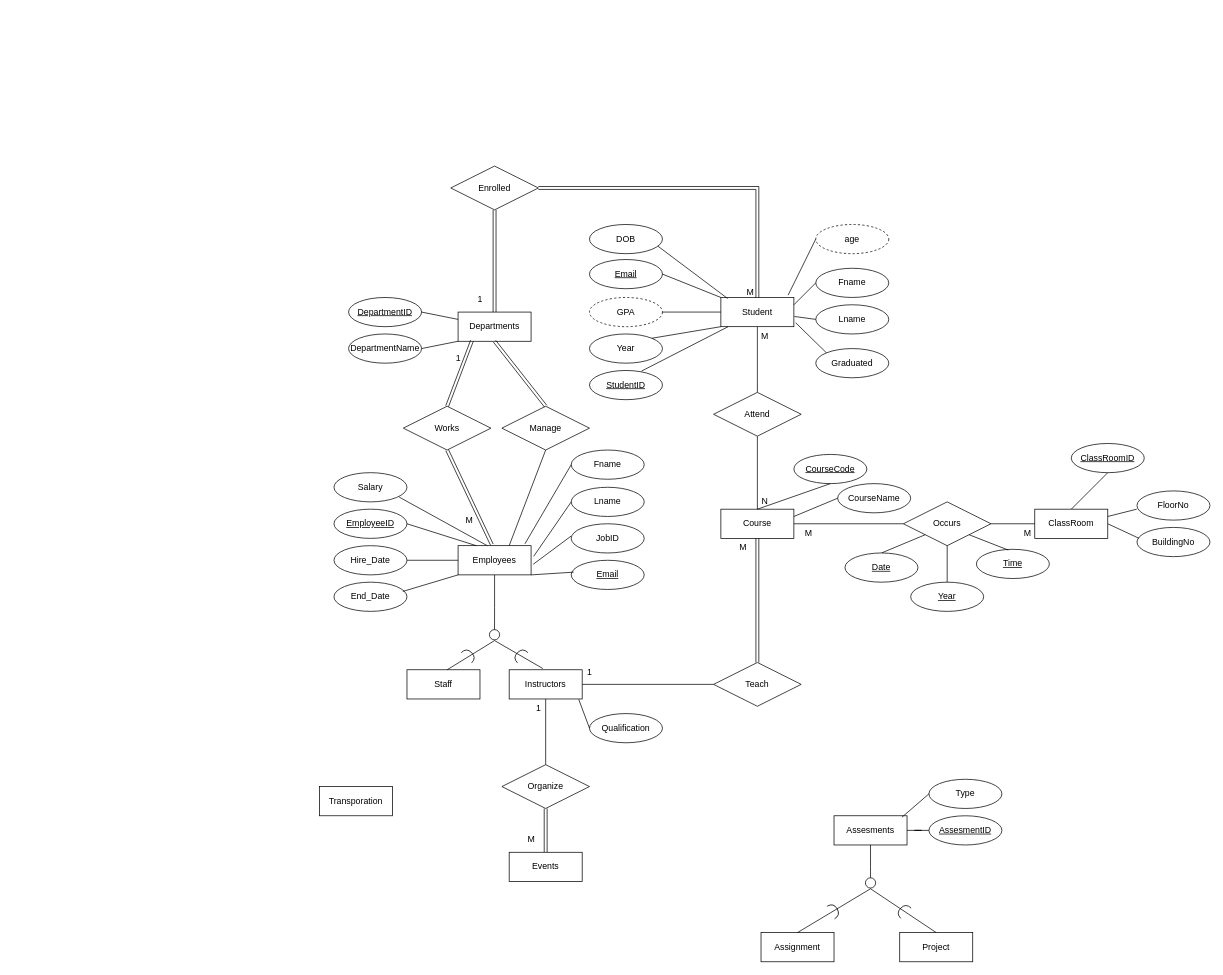
Earlier version of the draw.io diagram FacultyERD.drawio (seiffmohamedd/University_DBMS). Source tidied: cells renumbered, new cells numbered last; positions are measured from the earlier drawing's top-left corner, leaving out a move shared by most shapes. Both pictures are drawn from the tidied source at 73%, with x=0, y=0 at pixel (319, 166).
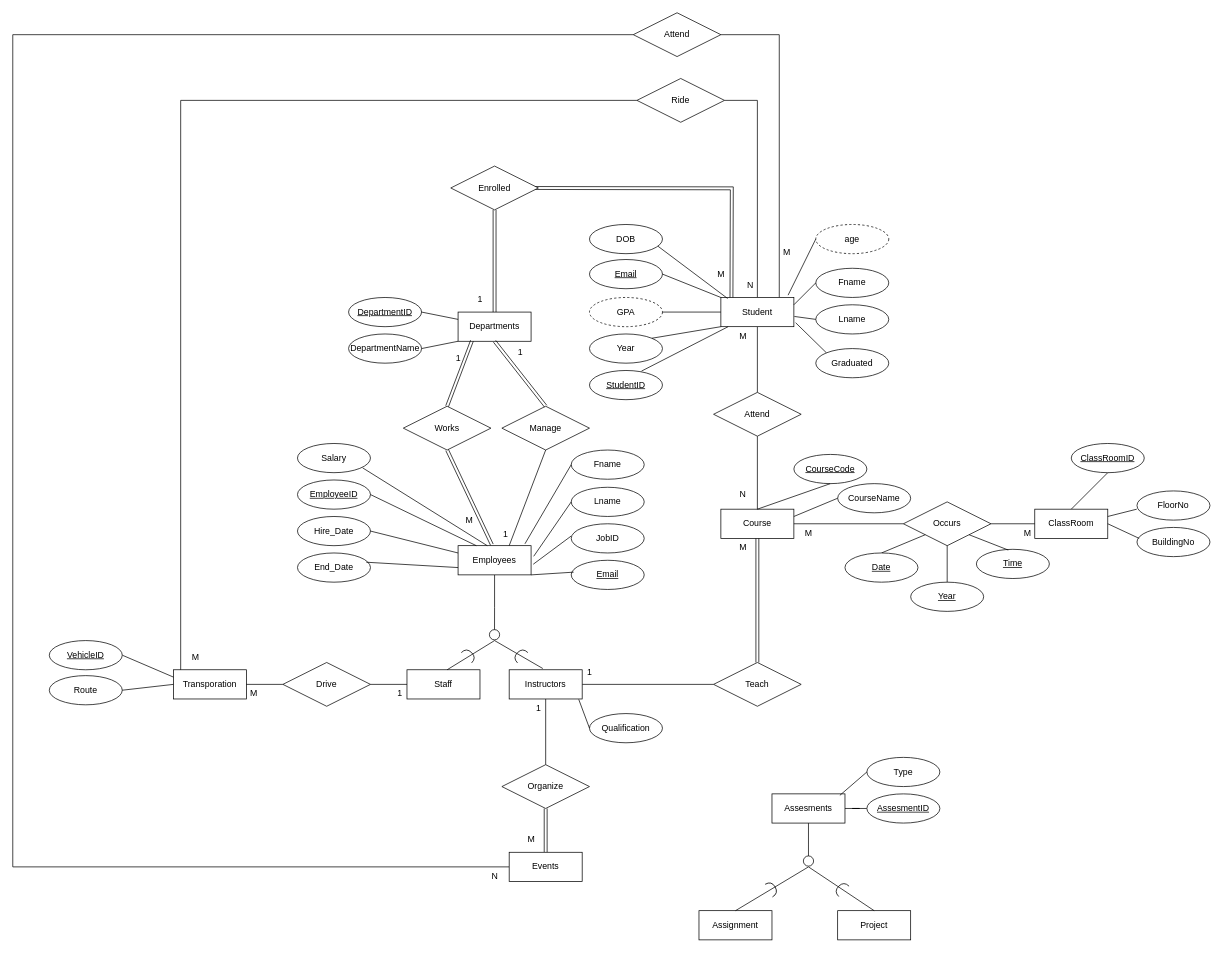
Above is the later version.

Commit message (it also covers changes not shown here):
ERD , Documentation In progress

The change refers to these unchanged cells:
```xml
<mxCell id="8" value="Student" style="whiteSpace=wrap;html=1;align=center;" parent="1" vertex="1">
  <mxGeometry x="550" y="180" width="100" height="40" as="geometry" />
</mxCell>
<mxCell id="10" value="Employees" style="whiteSpace=wrap;html=1;align=center;" parent="1" vertex="1">
  <mxGeometry x="190" y="520" width="100" height="40" as="geometry" />
</mxCell>
<mxCell id="13" value="Events" style="whiteSpace=wrap;html=1;align=center;" parent="1" vertex="1">
  <mxGeometry x="260" y="940" width="100" height="40" as="geometry" />
</mxCell>
<mxCell id="51" value="Enrolled" style="shape=rhombus;perimeter=rhombusPerimeter;whiteSpace=wrap;html=1;align=center;" parent="1" vertex="1">
  <mxGeometry x="180" width="120" height="60" as="geometry" />
</mxCell>
<mxCell id="59" value="Staff" style="whiteSpace=wrap;html=1;align=center;" parent="1" vertex="1">
  <mxGeometry x="120" y="690" width="100" height="40" as="geometry" />
</mxCell>
```

The edit, as a diff of the source:
```diff
@@
     <mxCell id="2" value="Assignment" style="whiteSpace=wrap;html=1;align=center;" parent="1" vertex="1">
-      <mxGeometry x="605" y="1050" width="100" height="40" as="geometry" />
+      <mxGeometry x="520" y="1020" width="100" height="40" as="geometry" />
     </mxCell>
     <mxCell id="3" value="Project" style="whiteSpace=wrap;html=1;align=center;" parent="1" vertex="1">
-      <mxGeometry x="795" y="1050" width="100" height="40" as="geometry" />
+      <mxGeometry x="710" y="1020" width="100" height="40" as="geometry" />
     </mxCell>
@@
     <mxCell id="5" style="edgeStyle=orthogonalEdgeStyle;rounded=0;jettySize=auto;html=1;endArrow=circle;endFill=0;" parent="1" edge="1" source="6">
       <mxGeometry relative="1" as="geometry">
-        <mxPoint x="755" y="990" as="targetPoint" />
+        <mxPoint x="670" y="960" as="targetPoint" />
       </mxGeometry>
     </mxCell>
     <mxCell id="6" value="Assesments" style="whiteSpace=wrap;html=1;align=center;" parent="1" vertex="1">
-      <mxGeometry x="705" y="890" width="100" height="40" as="geometry" />
+      <mxGeometry x="620" y="860" width="100" height="40" as="geometry" />
     </mxCell>
@@
+    <mxCell id="117" style="edgeStyle=orthogonalEdgeStyle;rounded=0;jettySize=auto;html=1;entryX=1;entryY=0.5;entryDx=0;entryDy=0;endArrow=none;endFill=0;" parent="1" edge="1" source="8" target="130">
+      <mxGeometry relative="1" as="geometry">
+        <Array as="points">
+          <mxPoint x="630" y="-180" />
+        </Array>
+      </mxGeometry>
+    </mxCell>
+    <mxCell id="118" style="edgeStyle=orthogonalEdgeStyle;rounded=0;jettySize=auto;html=1;exitX=0.5;exitY=0;exitDx=0;exitDy=0;entryX=1;entryY=0.5;entryDx=0;entryDy=0;endArrow=none;endFill=0;" parent="1" edge="1" source="8" target="135">
+      <mxGeometry relative="1" as="geometry" />
+    </mxCell>
@@
+    <mxCell id="119" style="edgeStyle=orthogonalEdgeStyle;rounded=0;jettySize=auto;html=1;exitX=0;exitY=0.5;exitDx=0;exitDy=0;entryX=0;entryY=0.5;entryDx=0;entryDy=0;endArrow=none;endFill=0;" parent="1" edge="1" source="13" target="130">
+      <mxGeometry relative="1" as="geometry">
+        <Array as="points">
+          <mxPoint x="-420" y="960" />
+          <mxPoint x="-420" y="-180" />
+        </Array>
+      </mxGeometry>
+    </mxCell>
@@
+    <mxCell id="120" style="edgeStyle=orthogonalEdgeStyle;rounded=0;jettySize=auto;html=1;exitX=0.09;exitY=0;exitDx=0;exitDy=0;entryX=0;entryY=0.5;entryDx=0;entryDy=0;endArrow=none;endFill=0;exitPerimeter=0;" parent="1" edge="1" source="14" target="135">
+      <mxGeometry relative="1" as="geometry">
+        <Array as="points">
+          <mxPoint x="-190" y="690" />
+          <mxPoint x="-190" y="-90" />
+        </Array>
+      </mxGeometry>
+    </mxCell>
     <mxCell id="14" value="Transporation" style="whiteSpace=wrap;html=1;align=center;" parent="1" vertex="1">
-      <mxGeometry y="850" width="100" height="40" as="geometry" />
+      <mxGeometry x="-200" y="690" width="100" height="40" as="geometry" />
     </mxCell>
@@
     <mxCell id="17" value="&lt;u&gt;EmployeeID&lt;/u&gt;" style="ellipse;whiteSpace=wrap;html=1;align=center;" parent="1" vertex="1">
-      <mxGeometry x="20" y="470" width="100" height="40" as="geometry" />
+      <mxGeometry x="-30" y="430" width="100" height="40" as="geometry" />
     </mxCell>
@@
-    <mxCell id="32" style="edgeStyle=orthogonalEdgeStyle;rounded=0;jettySize=auto;html=1;exitX=1;exitY=0.5;exitDx=0;exitDy=0;endArrow=none;endFill=0;" parent="1" edge="1" source="33" target="10">
-      <mxGeometry relative="1" as="geometry" />
-    </mxCell>
     <mxCell id="33" value="Hire_Date" style="ellipse;whiteSpace=wrap;html=1;align=center;" parent="1" vertex="1">
-      <mxGeometry x="20" y="520" width="100" height="40" as="geometry" />
+      <mxGeometry x="-30" y="480" width="100" height="40" as="geometry" />
     </mxCell>
@@
-    <mxCell id="50" style="edgeStyle=orthogonalEdgeStyle;rounded=0;jettySize=auto;html=1;entryX=0.5;entryY=0;entryDx=0;entryDy=0;endArrow=none;endFill=0;shape=link;" parent="1" edge="1" source="51" target="8">
-      <mxGeometry relative="1" as="geometry" />
+    <mxCell id="50" style="edgeStyle=orthogonalEdgeStyle;rounded=0;orthogonalLoop=1;jettySize=auto;html=1;entryX=0.5;entryY=0;entryDx=0;entryDy=0;endArrow=none;endFill=0;shape=link;exitX=0.969;exitY=0.5;exitDx=0;exitDy=0;exitPerimeter=0;" parent="1" edge="1">
+      <mxGeometry relative="1" as="geometry">
+        <mxPoint x="275.8" y="30" as="sourcePoint" />
+        <mxPoint x="564.5" y="180" as="targetPoint" />
+      </mxGeometry>
     </mxCell>
@@
     <mxCell id="54" value="M" style="text;html=1;align=center;verticalAlign=middle;strokeColor=none;fillColor=none;" parent="1" vertex="1">
-      <mxGeometry x="575" y="158" width="30" height="30" as="geometry" />
+      <mxGeometry x="535" y="133" width="30" height="30" as="geometry" />
     </mxCell>
@@
     <mxCell id="62" value="Salary" style="ellipse;whiteSpace=wrap;html=1;align=center;" parent="1" vertex="1">
-      <mxGeometry x="20" y="420" width="100" height="40" as="geometry" />
+      <mxGeometry x="-30" y="380" width="100" height="40" as="geometry" />
     </mxCell>
@@
     <mxCell id="64" value="End_Date" style="ellipse;whiteSpace=wrap;html=1;align=center;" parent="1" vertex="1">
-      <mxGeometry x="20" y="570" width="100" height="40" as="geometry" />
+      <mxGeometry x="-30" y="530" width="100" height="40" as="geometry" />
     </mxCell>
@@
     <mxCell id="70" value="M" style="text;html=1;align=center;verticalAlign=middle;strokeColor=none;fillColor=none;" parent="1" vertex="1">
-      <mxGeometry x="595" y="218" width="30" height="30" as="geometry" />
+      <mxGeometry x="565" y="218" width="30" height="30" as="geometry" />
     </mxCell>
     <mxCell id="71" value="N" style="text;html=1;align=center;verticalAlign=middle;strokeColor=none;fillColor=none;" parent="1" vertex="1">
-      <mxGeometry x="595" y="445" width="30" height="30" as="geometry" />
+      <mxGeometry x="565" y="435" width="30" height="30" as="geometry" />
     </mxCell>
@@
     <mxCell id="93" value="AssesmentID" style="ellipse;whiteSpace=wrap;html=1;align=center;fontStyle=4;" parent="1" vertex="1">
-      <mxGeometry x="835" y="890" width="100" height="40" as="geometry" />
+      <mxGeometry x="750" y="860" width="100" height="40" as="geometry" />
     </mxCell>
     <mxCell id="94" value="Type" style="ellipse;whiteSpace=wrap;html=1;align=center;" parent="1" vertex="1">
-      <mxGeometry x="835" y="840" width="100" height="40" as="geometry" />
+      <mxGeometry x="750" y="810" width="100" height="40" as="geometry" />
     </mxCell>
@@
     <mxCell id="96" style="endArrow=none;html=1;rounded=0;" parent="1" edge="1">
       <mxGeometry relative="1" as="geometry">
-        <mxPoint x="655" y="1050" as="sourcePoint" />
-        <mxPoint x="755" y="990" as="targetPoint" />
+        <mxPoint x="570" y="1020" as="sourcePoint" />
+        <mxPoint x="670" y="960" as="targetPoint" />
       </mxGeometry>
     </mxCell>
     <mxCell id="97" style="endArrow=none;html=1;rounded=0;entryX=0.5;entryY=0;entryDx=0;entryDy=0;" parent="1" edge="1" target="3">
       <mxGeometry relative="1" as="geometry">
-        <mxPoint x="755" y="990" as="sourcePoint" />
+        <mxPoint x="670" y="960" as="sourcePoint" />
       </mxGeometry>
     </mxCell>
@@
     <mxCell id="100" style="shape=requiredInterface;html=1;verticalLabelPosition=bottom;sketch=0;rotation=-30;" parent="1" vertex="1">
-      <mxGeometry x="700" y="1010" width="10" height="20" as="geometry" />
+      <mxGeometry x="615" y="980" width="10" height="20" as="geometry" />
     </mxCell>
     <mxCell id="101" style="shape=requiredInterface;html=1;verticalLabelPosition=bottom;sketch=0;rotation=-135;" parent="1" vertex="1">
-      <mxGeometry x="795" y="1010" width="10" height="20" as="geometry" />
+      <mxGeometry x="710" y="980" width="10" height="20" as="geometry" />
     </mxCell>
@@
-    <mxCell id="111" style="endArrow=none;html=1;rounded=0;exitX=0.943;exitY=0.317;exitDx=0;exitDy=0;exitPerimeter=0;entryX=0;entryY=1;entryDx=0;entryDy=0;" parent="1" edge="1" source="64" target="10">
+    <mxCell id="111" style="endArrow=none;html=1;rounded=0;exitX=0.943;exitY=0.317;exitDx=0;exitDy=0;exitPerimeter=0;entryX=0;entryY=0.75;entryDx=0;entryDy=0;" parent="1" edge="1" source="64" target="10">
       <mxGeometry relative="1" as="geometry" />
     </mxCell>
@@
+    <mxCell id="121" value="Drive" style="shape=rhombus;perimeter=rhombusPerimeter;whiteSpace=wrap;html=1;align=center;" parent="1" vertex="1">
+      <mxGeometry x="-50" y="680" width="120" height="60" as="geometry" />
+    </mxCell>
+    <mxCell id="122" style="endArrow=none;html=1;rounded=0;exitX=1;exitY=0.5;exitDx=0;exitDy=0;entryX=0;entryY=0.5;entryDx=0;entryDy=0;" parent="1" edge="1" source="14" target="121">
+      <mxGeometry relative="1" as="geometry" />
+    </mxCell>
+    <mxCell id="123" style="endArrow=none;html=1;rounded=0;exitX=1;exitY=0.5;exitDx=0;exitDy=0;entryX=0;entryY=0.5;entryDx=0;entryDy=0;" parent="1" edge="1" source="121" target="59">
+      <mxGeometry relative="1" as="geometry" />
+    </mxCell>
+    <mxCell id="124" value="M" style="text;html=1;align=center;verticalAlign=middle;strokeColor=none;fillColor=none;" parent="1" vertex="1">
+      <mxGeometry x="-105" y="708" width="30" height="30" as="geometry" />
+    </mxCell>
+    <mxCell id="125" value="1" style="text;html=1;align=center;verticalAlign=middle;strokeColor=none;fillColor=none;" parent="1" vertex="1">
+      <mxGeometry x="95" y="708" width="30" height="30" as="geometry" />
+    </mxCell>
+    <mxCell id="126" style="endArrow=none;html=1;rounded=0;entryX=0;entryY=0.25;entryDx=0;entryDy=0;exitX=1;exitY=0.5;exitDx=0;exitDy=0;" parent="1" edge="1" source="127" target="14">
+      <mxGeometry relative="1" as="geometry" />
+    </mxCell>
+    <mxCell id="127" value="VehicleID" style="ellipse;whiteSpace=wrap;html=1;align=center;fontStyle=4;" parent="1" vertex="1">
+      <mxGeometry x="-370" y="650" width="100" height="40" as="geometry" />
+    </mxCell>
+    <mxCell id="128" value="Route" style="ellipse;whiteSpace=wrap;html=1;align=center;" parent="1" vertex="1">
+      <mxGeometry x="-370" y="698" width="100" height="40" as="geometry" />
+    </mxCell>
+    <mxCell id="129" style="endArrow=none;html=1;rounded=0;exitX=1;exitY=0.5;exitDx=0;exitDy=0;entryX=0;entryY=0.5;entryDx=0;entryDy=0;" parent="1" edge="1" source="128" target="14">
+      <mxGeometry relative="1" as="geometry" />
+    </mxCell>
+    <mxCell id="32" style="endArrow=none;html=1;rounded=0;exitX=1;exitY=0.5;exitDx=0;exitDy=0;entryX=0;entryY=0.25;entryDx=0;entryDy=0;" parent="1" edge="1" source="33" target="10">
+      <mxGeometry relative="1" as="geometry" />
+    </mxCell>
+    <mxCell id="130" value="Attend" style="shape=rhombus;perimeter=rhombusPerimeter;whiteSpace=wrap;html=1;align=center;" parent="1" vertex="1">
+      <mxGeometry x="430" y="-210" width="120" height="60" as="geometry" />
+    </mxCell>
+    <mxCell id="131" value="M" style="text;html=1;align=center;verticalAlign=middle;strokeColor=none;fillColor=none;" parent="1" vertex="1">
+      <mxGeometry x="625" y="103" width="30" height="30" as="geometry" />
+    </mxCell>
+    <mxCell id="132" value="N" style="text;html=1;align=center;verticalAlign=middle;strokeColor=none;fillColor=none;" parent="1" vertex="1">
+      <mxGeometry x="225" y="958" width="30" height="30" as="geometry" />
+    </mxCell>
+    <mxCell id="133" value="1" style="text;html=1;align=center;verticalAlign=middle;strokeColor=none;fillColor=none;" parent="1" vertex="1">
+      <mxGeometry x="240" y="490" width="30" height="30" as="geometry" />
+    </mxCell>
+    <mxCell id="134" value="1" style="text;html=1;align=center;verticalAlign=middle;strokeColor=none;fillColor=none;" parent="1" vertex="1">
+      <mxGeometry x="260" y="240" width="30" height="30" as="geometry" />
+    </mxCell>
+    <mxCell id="135" value="Ride" style="shape=rhombus;perimeter=rhombusPerimeter;whiteSpace=wrap;html=1;align=center;" parent="1" vertex="1">
+      <mxGeometry x="435" y="-120" width="120" height="60" as="geometry" />
+    </mxCell>
+    <mxCell id="136" value="M" style="text;html=1;align=center;verticalAlign=middle;strokeColor=none;fillColor=none;" parent="1" vertex="1">
+      <mxGeometry x="-185" y="658" width="30" height="30" as="geometry" />
+    </mxCell>
+    <mxCell id="137" value="N" style="text;html=1;align=center;verticalAlign=middle;strokeColor=none;fillColor=none;" parent="1" vertex="1">
+      <mxGeometry x="575" y="148" width="30" height="30" as="geometry" />
+    </mxCell>
```
